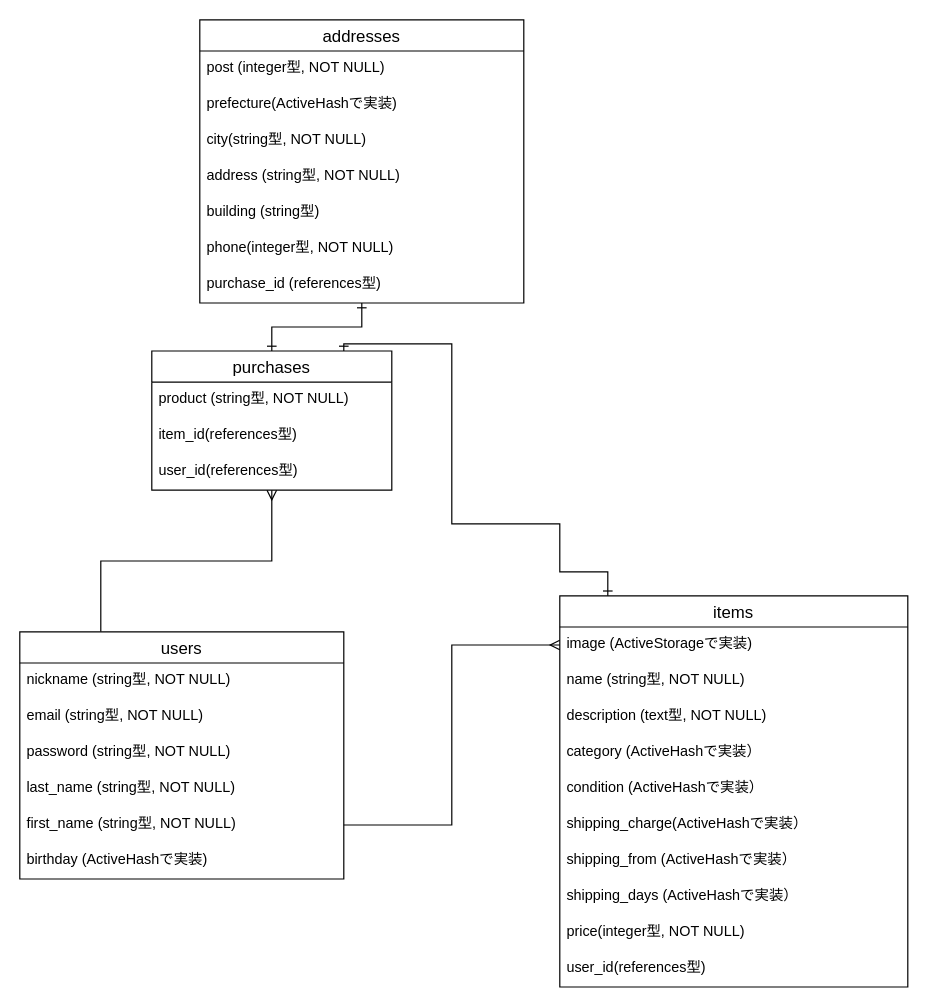
This is furima.dio from yuki-b4/furima-32983, a draw.io file, before an edit. Source tidied: cells renumbered, new cells numbered last; positions are measured from the earlier drawing's top-left corner, leaving out a move shared by most shapes. Both pictures are drawn from the tidied source at 120%, with x=0, y=0 at pixel (19, 19).
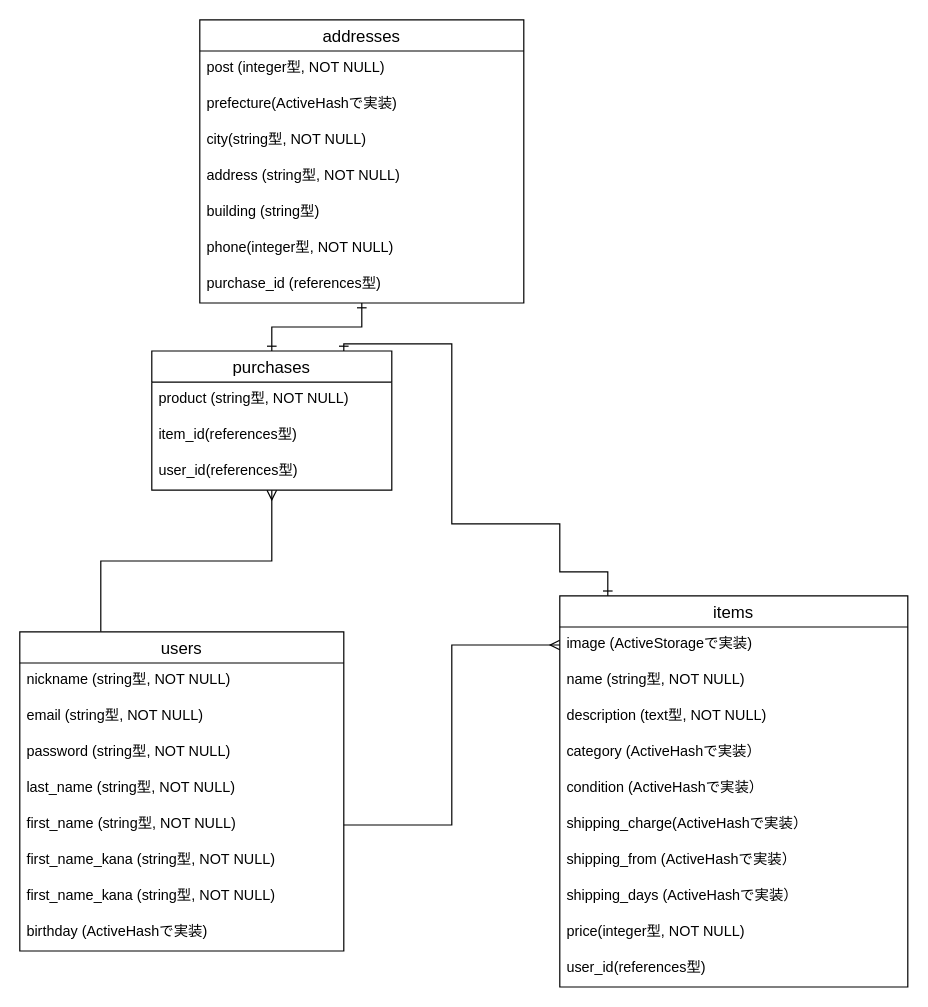
After the change.

Commit message (it also covers changes not shown here):
READMEとER図の修正(2)

Change to the diagram source:
```diff
@@
     <mxCell id="3" value="users" style="swimlane;fontStyle=0;horizontal=1;startSize=26;align=center;fontSize=14;" parent="1" vertex="1">
-      <mxGeometry y="510" width="270" height="206" as="geometry" />
+      <mxGeometry y="510" width="270" height="266" as="geometry" />
     </mxCell>
@@
+    <mxCell id="36" value="first_name_kana (string型, NOT NULL)&#10;" style="text;strokeColor=none;fillColor=none;spacingLeft=4;spacingRight=4;overflow=hidden;fontSize=12;" parent="3" vertex="1">
+      <mxGeometry y="176" width="270" height="30" as="geometry" />
+    </mxCell>
+    <mxCell id="37" value="first_name_kana (string型, NOT NULL)&#10;" style="text;strokeColor=none;fillColor=none;spacingLeft=4;spacingRight=4;overflow=hidden;fontSize=12;" parent="3" vertex="1">
+      <mxGeometry y="206" width="270" height="30" as="geometry" />
+    </mxCell>
     <mxCell id="9" value="birthday (ActiveHashで実装)" style="text;strokeColor=none;fillColor=none;spacingLeft=4;spacingRight=4;overflow=hidden;fontSize=12;" parent="3" vertex="1">
-      <mxGeometry y="176" width="270" height="30" as="geometry" />
+      <mxGeometry y="236" width="270" height="30" as="geometry" />
     </mxCell>
```
